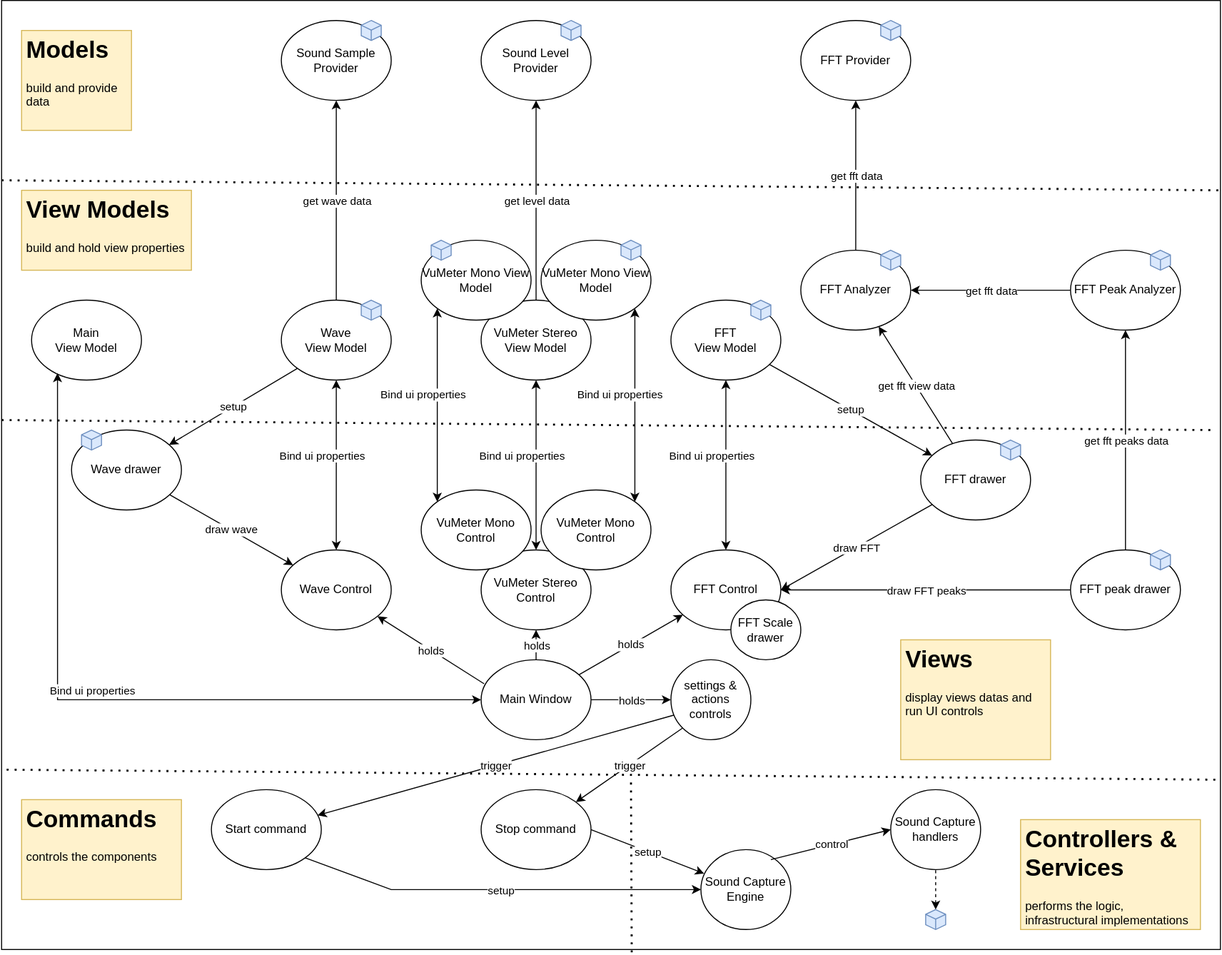
Above: Doc/components1.drawio.svg in franck-gaspoz/WindowsAudioSessionSample (draw.io), before the change. Source tidied: cells renumbered, new cells last; positions are measured from the earlier drawing's top-left corner, leaving out a move shared by most shapes.
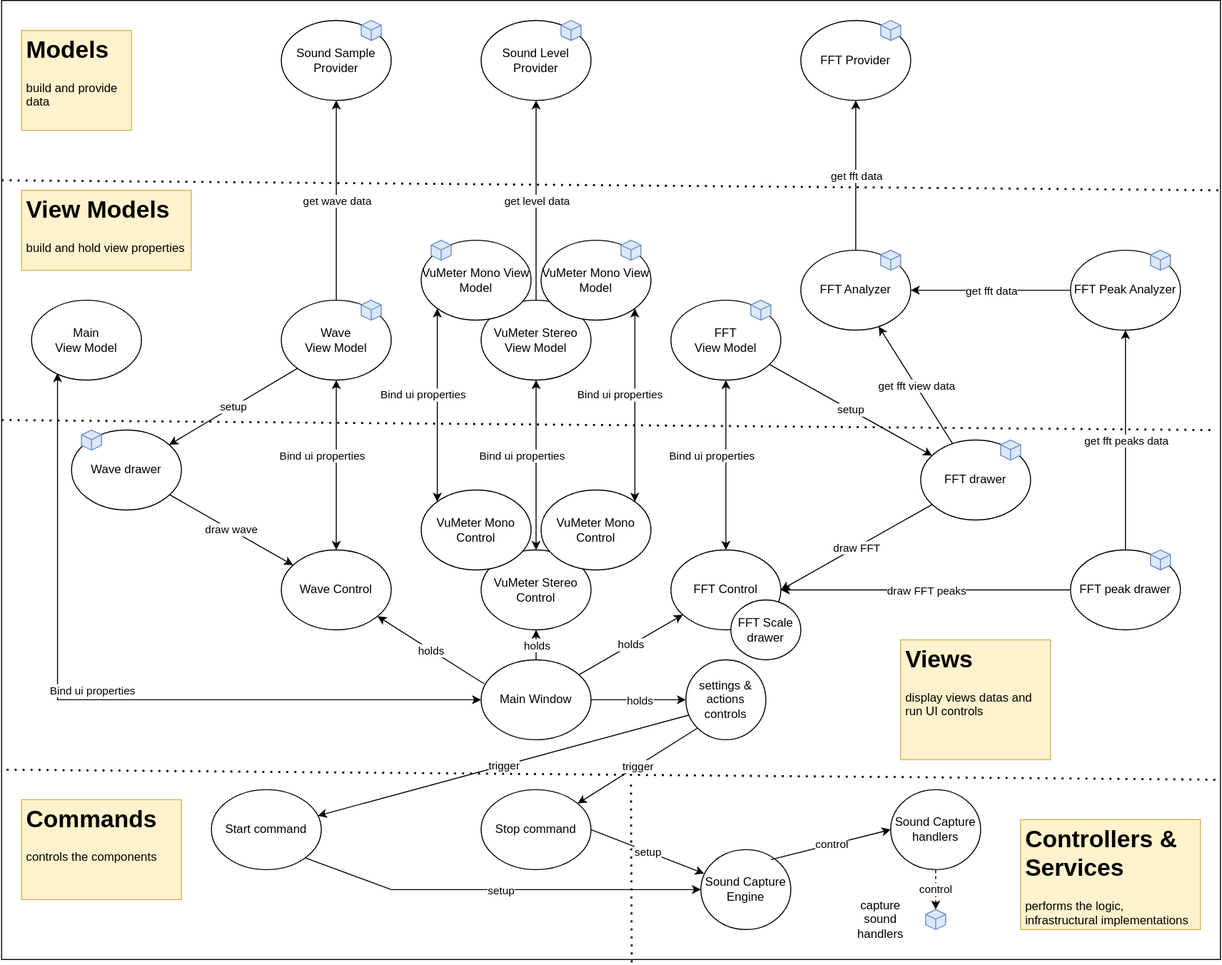
The same diagram one commit later.

What changed in the source:
```diff
@@ -3,7 +3,7 @@
     <mxCell id="0" />
     <mxCell id="1" parent="0" />
     <mxCell id="2" style="rounded=0;whiteSpace=wrap;html=1;" parent="1" vertex="1">
-      <mxGeometry width="1220" height="950" as="geometry" />
+      <mxGeometry width="1220" height="960" as="geometry" />
     </mxCell>
     <mxCell id="3" value="FFT Provider&lt;br&gt;" style="ellipse;whiteSpace=wrap;html=1;" parent="1" vertex="1">
       <mxGeometry x="800" y="20" width="110" height="80" as="geometry" />
@@ -330,11 +330,11 @@
     <mxCell id="99" style="whiteSpace=wrap;html=1;shape=mxgraph.basic.isocube;isoAngle=15;fillColor=#dae8fc;strokeColor=#6c8ebf;" parent="1" vertex="1">
       <mxGeometry x="925" y="910" width="20" height="20" as="geometry" />
     </mxCell>
-    <mxCell id="100" style="endArrow=none;dashed=1;html=1;rounded=0;exitX=0.5;exitY=0;exitDx=0;exitDy=0;exitPerimeter=0;endFill=0;startArrow=classic;startFill=1;" parent="1" edge="1" source="99" target="84">
+    <mxCell id="100" value="control" style="endArrow=none;dashed=1;html=1;rounded=0;exitX=0.5;exitY=0;exitDx=0;exitDy=0;exitPerimeter=0;endFill=0;startArrow=classic;startFill=1;" parent="1" edge="1" source="99" target="84">
       <mxGeometry relative="1" as="geometry" />
     </mxCell>
     <mxCell id="101" value="settings &amp;amp; actions controls" style="ellipse;whiteSpace=wrap;html=1;" parent="1" vertex="1">
-      <mxGeometry x="670" y="660" width="80" height="80" as="geometry" />
+      <mxGeometry x="685" y="660" width="80" height="80" as="geometry" />
     </mxCell>
     <mxCell id="102" style="endArrow=classic;html=1;rounded=0;entryX=0;entryY=0.5;entryDx=0;entryDy=0;" parent="1" edge="1" source="58" target="101">
       <mxGeometry relative="1" as="geometry" />
@@ -342,5 +342,8 @@
     <mxCell id="103" value="holds" style="edgeLabel;html=1;align=center;verticalAlign=middle;" parent="102" vertex="1">
       <mxGeometry relative="1" as="geometry" />
     </mxCell>
+    <mxCell id="104" value="capture sound handlers" style="text;html=1;strokeColor=none;fillColor=none;align=center;verticalAlign=middle;whiteSpace=wrap;rounded=0;" parent="1" vertex="1">
+      <mxGeometry x="850" y="900" width="60" height="40" as="geometry" />
+    </mxCell>
   </root>
 </mxGraphModel>
```
